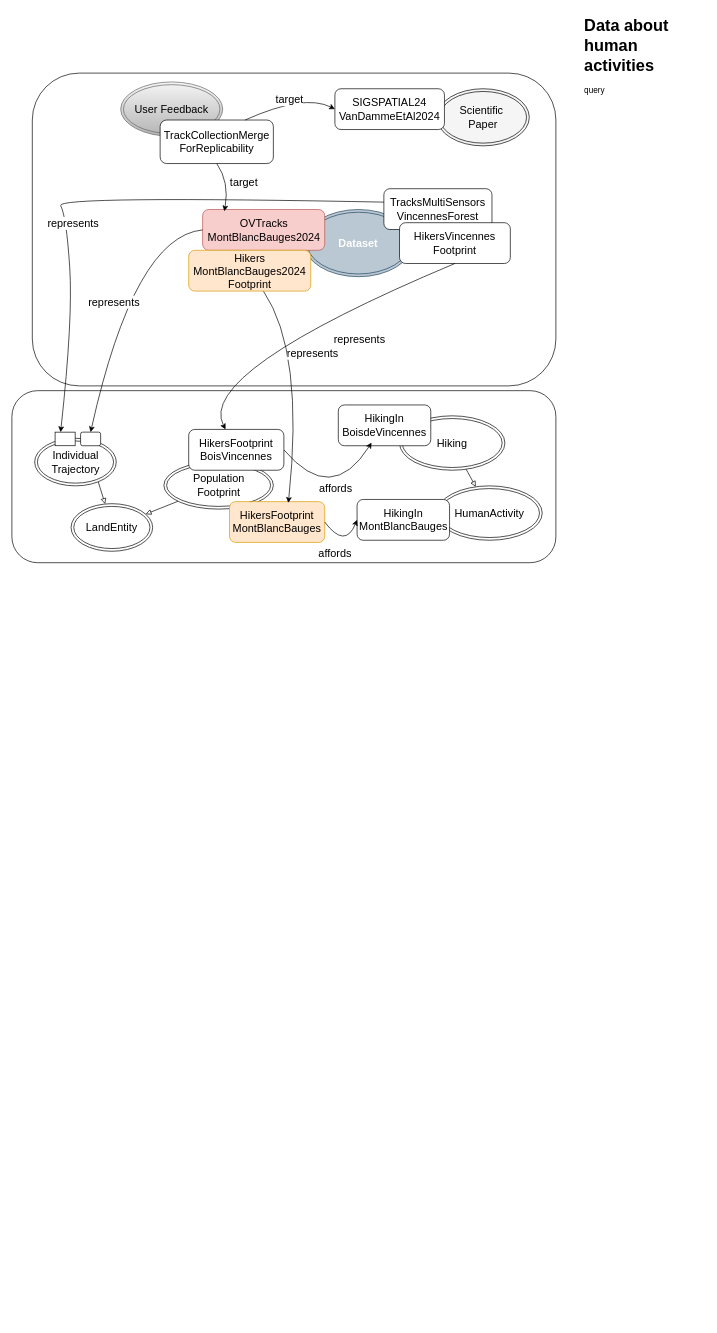
IntForOut/outdoorPressure keeps this draw.io diagram as page "Fig 2 - Step 3 (Sham-Wah)" (7 of 7) of docs/diagrams/model_KG.drawio. Above is the earlier version. Source tidied: cells renumbered, new cells numbered last; positions are measured from the earlier drawing's top-left corner, leaving out a move shared by most shapes. Both pictures are drawn from the tidied source at 68%, with x=0, y=0 at pixel (12, 12).
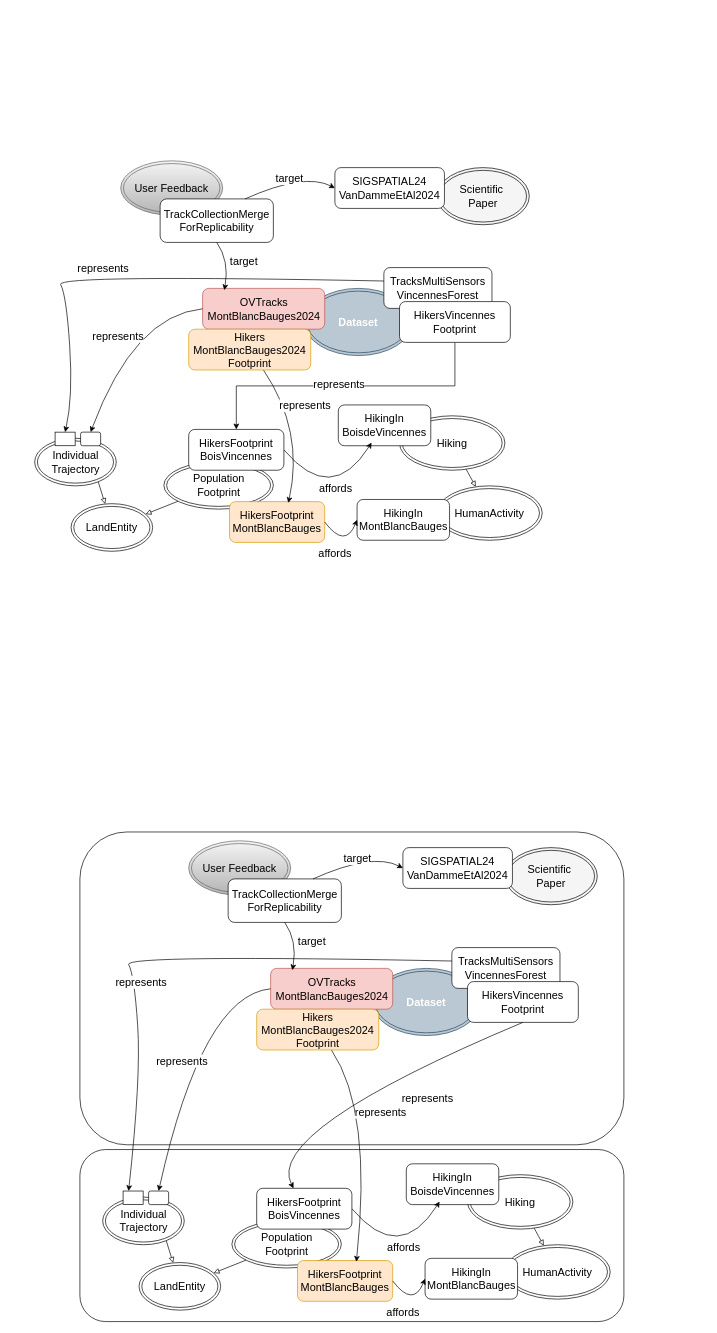
Above is the later version.

Commit message:
Mettre à jour model_KG.drawio

Unchanged cells that the change refers to:
```xml
<mxCell id="24" value="&lt;div&gt;HikersFootprint&lt;/div&gt;&lt;div&gt;BoisVincennes&lt;/div&gt;" style="rounded=1;whiteSpace=wrap;html=1;fontSize=16;" parent="1" vertex="1">
  <mxGeometry x="260" y="614" width="140" height="60" as="geometry" />
</mxCell>
<mxCell id="35" style="rounded=1;whiteSpace=wrap;html=1;fontSize=16;" parent="1" vertex="1">
  <mxGeometry x="101" y="618" width="29.5" height="20" as="geometry" />
</mxCell>
<mxCell id="36" style="rounded=1;whiteSpace=wrap;html=1;fontSize=16;arcSize=0;" parent="1" vertex="1">
  <mxGeometry x="63.5" y="618" width="29.5" height="20" as="geometry" />
</mxCell>
<mxCell id="37" value="&lt;div&gt;HikersFootprint&lt;/div&gt;&lt;div&gt;MontBlancBauges&lt;/div&gt;" style="rounded=1;whiteSpace=wrap;html=1;fontSize=16;fillColor=#ffe6cc;strokeColor=#d79b00;" parent="1" vertex="1">
  <mxGeometry x="320" y="720.2" width="140" height="60" as="geometry" />
</mxCell>
```

The edit, as a diff of the source:
```diff
@@
-    <mxCell id="2" style="rounded=1;whiteSpace=wrap;html=1;fillColor=none;" parent="1" vertex="1">
-      <mxGeometry y="557" width="800" height="253" as="geometry" />
-    </mxCell>
-    <mxCell id="3" style="rounded=1;whiteSpace=wrap;html=1;fillColor=none;strokeColor=#000000;" parent="1" vertex="1">
-      <mxGeometry x="30" y="90" width="770" height="460" as="geometry" />
-    </mxCell>
@@
     <mxCell id="5" value="&lt;font&gt;User Feedback&lt;/font&gt;" style="ellipse;shape=doubleEllipse;whiteSpace=wrap;html=1;fontSize=16;fillColor=#f5f5f5;strokeColor=#666666;gradientColor=#b3b3b3;" parent="1" vertex="1">
-      <mxGeometry x="160" y="103" width="150" height="80" as="geometry" />
+      <mxGeometry x="160" y="219" width="150" height="80" as="geometry" />
     </mxCell>
     <mxCell id="6" value="&lt;font style=&quot;color: rgb(255, 255, 255);&quot;&gt;&lt;b&gt;Dataset&lt;/b&gt;&lt;/font&gt;" style="ellipse;shape=doubleEllipse;whiteSpace=wrap;html=1;fontSize=16;fillColor=#bac8d3;strokeColor=#23445d;" parent="1" vertex="1">
-      <mxGeometry x="430" y="290.6" width="159" height="98.8" as="geometry" />
+      <mxGeometry x="430" y="406.6" width="159" height="98.8" as="geometry" />
     </mxCell>
     <mxCell id="7" value="&lt;div&gt;&lt;font style=&quot;color: rgb(0, 0, 0);&quot;&gt;Scientific&amp;nbsp;&lt;/font&gt;&lt;/div&gt;&lt;div&gt;&lt;font style=&quot;color: rgb(0, 0, 0);&quot;&gt;Paper&lt;/font&gt;&lt;/div&gt;" style="ellipse;shape=doubleEllipse;whiteSpace=wrap;html=1;fontSize=16;fillColor=#f5f5f5;fontColor=#333333;strokeColor=#000000;" parent="1" vertex="1">
-      <mxGeometry x="624.9" y="113" width="136" height="84" as="geometry" />
+      <mxGeometry x="624.9" y="229" width="136" height="84" as="geometry" />
     </mxCell>
@@
     <mxCell id="10" value="&lt;div&gt;TrackCollectionMerge&lt;/div&gt;&lt;div&gt;ForReplicability&lt;/div&gt;" style="rounded=1;whiteSpace=wrap;html=1;fontSize=16;" parent="1" vertex="1">
-      <mxGeometry x="218" y="159" width="166.5" height="64" as="geometry" />
+      <mxGeometry x="218" y="275" width="166.5" height="64" as="geometry" />
     </mxCell>
     <mxCell id="11" style="edgeStyle=orthogonalEdgeStyle;rounded=0;orthogonalLoop=1;jettySize=auto;html=1;exitX=0.5;exitY=1;exitDx=0;exitDy=0;fontSize=16;" parent="1" edge="1">
       <mxGeometry relative="1" as="geometry">
-        <mxPoint x="120.5" y="279.5" as="sourcePoint" />
-        <mxPoint x="120.5" y="279.5" as="targetPoint" />
+        <mxPoint x="120.5" y="395.5" as="sourcePoint" />
+        <mxPoint x="120.5" y="395.5" as="targetPoint" />
       </mxGeometry>
     </mxCell>
     <mxCell id="12" style="endArrow=classic;html=1;rounded=0;fontSize=16;curved=1;entryX=0;entryY=0.5;entryDx=0;entryDy=0;exitX=0.75;exitY=0;exitDx=0;exitDy=0;" parent="1" edge="1" source="10" target="14">
       <mxGeometry relative="1" as="geometry">
         <Array as="points">
-          <mxPoint x="430" y="120" />
+          <mxPoint x="430" y="236" />
         </Array>
       </mxGeometry>
     </mxCell>
@@
     <mxCell id="14" value="&lt;div&gt;SIGSPATIAL24&lt;/div&gt;&lt;div&gt;VanDammeEtAl2024&lt;/div&gt;" style="rounded=1;whiteSpace=wrap;html=1;strokeColor=#000000;strokeWidth=1;fontSize=16;" parent="1" vertex="1">
-      <mxGeometry x="475" y="113" width="161.1" height="60" as="geometry" />
+      <mxGeometry x="475" y="229" width="161.1" height="60" as="geometry" />
     </mxCell>
@@
-    <mxCell id="18" style="endArrow=classic;html=1;rounded=0;fontSize=16;curved=1;entryX=0.5;entryY=0;entryDx=0;entryDy=0;" parent="1" edge="1">
+    <mxCell id="18" style="endArrow=classic;html=1;rounded=0;fontSize=16;curved=1;entryX=0.5;entryY=0;entryDx=0;entryDy=0;" parent="1" edge="1" target="36">
       <mxGeometry relative="1" as="geometry">
-        <mxPoint x="560" y="280" as="sourcePoint" />
-        <mxPoint x="71.6" y="618" as="targetPoint" />
+        <mxPoint x="560" y="396" as="sourcePoint" />
         <Array as="points">
-          <mxPoint x="63.4" y="270" />
-          <mxPoint x="80" y="300" />
-          <mxPoint x="90" y="450" />
+          <mxPoint x="63.4" y="386" />
+          <mxPoint x="80" y="416" />
+          <mxPoint x="90" y="566" />
         </Array>
       </mxGeometry>
     </mxCell>
     <mxCell id="19" value="&lt;font style=&quot;color: rgb(0, 0, 0);&quot;&gt;represents&lt;/font&gt;" style="edgeLabel;html=1;align=center;verticalAlign=middle;fontSize=16;" parent="18" vertex="1">
       <mxGeometry x="0.16" y="1" relative="1" as="geometry">
-        <mxPoint x="22" y="39" as="offset" />
+        <mxPoint x="-1" y="-12" as="offset" />
       </mxGeometry>
     </mxCell>
     <mxCell id="20" value="&lt;div&gt;&lt;font&gt;TracksMultiSensors&lt;/font&gt;&lt;/div&gt;&lt;div&gt;&lt;font&gt;VincennesForest&lt;/font&gt;&lt;/div&gt;" style="rounded=1;whiteSpace=wrap;html=1;strokeColor=#000000;strokeWidth=1;fontSize=16;" parent="1" vertex="1">
-      <mxGeometry x="547" y="260" width="159" height="60" as="geometry" />
+      <mxGeometry x="547" y="376" width="159" height="60" as="geometry" />
     </mxCell>
+    <mxCell id="25" style="edgeStyle=orthogonalEdgeStyle;rounded=0;jettySize=auto;html=1;exitX=0.5;exitY=1;exitDx=0;exitDy=0;" parent="1" edge="1" source="21" target="24">
+      <mxGeometry relative="1" as="geometry" />
+    </mxCell>
     <mxCell id="21" value="&lt;div&gt;&lt;font&gt;HikersVincennes&lt;/font&gt;&lt;/div&gt;&lt;div&gt;&lt;font&gt;Footprint&lt;/font&gt;&lt;/div&gt;" style="rounded=1;whiteSpace=wrap;html=1;strokeColor=#000000;strokeWidth=1;fontSize=16;" parent="1" vertex="1">
-      <mxGeometry x="570" y="310" width="163" height="60" as="geometry" />
+      <mxGeometry x="570" y="426" width="163" height="60" as="geometry" />
     </mxCell>
@@
-    <mxCell id="25" style="endArrow=classic;html=1;rounded=0;fontSize=16;curved=1;exitX=0.5;exitY=1;exitDx=0;exitDy=0;" parent="1" edge="1" source="21" target="24">
-      <mxGeometry relative="1" as="geometry">
-        <Array as="points">
-          <mxPoint x="270" y="530" />
-        </Array>
-      </mxGeometry>
-    </mxCell>
-    <mxCell id="26" value="&lt;font style=&quot;font-size: 16px;&quot;&gt;represents&lt;/font&gt;" style="edgeLabel;html=1;align=center;verticalAlign=middle;" parent="25" vertex="1">
-      <mxGeometry x="-0.33" y="-2" relative="1" as="geometry">
-        <mxPoint x="17" y="48" as="offset" />
-      </mxGeometry>
-    </mxCell>
@@
     <mxCell id="28" value="&lt;div&gt;OVTracks&lt;/div&gt;&lt;div&gt;MontBlancBauges2024&lt;/div&gt;" style="rounded=1;whiteSpace=wrap;html=1;strokeColor=#b85450;strokeWidth=1;fontSize=16;fillColor=#f8cecc;" parent="1" vertex="1">
-      <mxGeometry x="280.5" y="290.6" width="179.5" height="60" as="geometry" />
+      <mxGeometry x="280.5" y="406.6" width="179.5" height="60" as="geometry" />
     </mxCell>
     <mxCell id="29" style="endArrow=classic;html=1;rounded=0;exitX=0;exitY=0.5;exitDx=0;exitDy=0;fontSize=16;curved=1;entryX=0.5;entryY=0;entryDx=0;entryDy=0;" parent="1" edge="1" source="28" target="35">
       <mxGeometry relative="1" as="geometry">
         <Array as="points">
-          <mxPoint x="180" y="330" />
+          <mxPoint x="180" y="446" />
         </Array>
       </mxGeometry>
     </mxCell>
@@
     <mxCell id="33" style="endArrow=classic;html=1;rounded=0;exitX=0.5;exitY=1;exitDx=0;exitDy=0;entryX=0.178;entryY=0.044;entryDx=0;entryDy=0;curved=1;entryPerimeter=0;" parent="1" edge="1" source="10" target="28">
       <mxGeometry relative="1" as="geometry">
         <Array as="points">
-          <mxPoint x="320" y="250" />
+          <mxPoint x="320" y="366" />
         </Array>
       </mxGeometry>
     </mxCell>
@@
-    <mxCell id="41" value="&lt;h1 style=&quot;margin-top: 0px;&quot;&gt;Data about human activities&lt;/h1&gt;&lt;p&gt;query&lt;/p&gt;" style="text;html=1;whiteSpace=wrap;overflow=hidden;rounded=0;" parent="1" vertex="1">
-      <mxGeometry x="840" width="180" height="120" as="geometry" />
-    </mxCell>
     <mxCell id="42" style="endArrow=classic;html=1;rounded=0;fontSize=16;curved=1;entryX=0.618;entryY=0.031;entryDx=0;entryDy=0;entryPerimeter=0;" parent="1" edge="1" source="44" target="37">
       <mxGeometry relative="1" as="geometry">
         <Array as="points">
-          <mxPoint x="430" y="500" />
+          <mxPoint x="430" y="616" />
         </Array>
       </mxGeometry>
     </mxCell>
     <mxCell id="43" value="&lt;font style=&quot;font-size: 16px;&quot;&gt;represents&lt;/font&gt;" style="edgeLabel;html=1;align=center;verticalAlign=middle;fontColor=#000000;" parent="42" vertex="1">
       <mxGeometry x="-0.33" y="-2" relative="1" as="geometry">
-        <mxPoint x="14" y="-2" as="offset" />
+        <mxPoint x="72" y="-41" as="offset" />
       </mxGeometry>
     </mxCell>
     <mxCell id="44" value="&lt;div&gt;Hikers&lt;/div&gt;&lt;div&gt;MontBlancBauges2024&lt;/div&gt;&lt;div&gt;Footprint&lt;/div&gt;" style="rounded=1;whiteSpace=wrap;html=1;strokeColor=#d79b00;strokeWidth=1;fontSize=16;fillColor=#ffe6cc;" parent="1" vertex="1">
-      <mxGeometry x="260" y="350.6" width="179.5" height="60" as="geometry" />
+      <mxGeometry x="260" y="466.6" width="179.5" height="60" as="geometry" />
     </mxCell>
+    <mxCell id="45" style="rounded=1;whiteSpace=wrap;html=1;fillColor=none;" parent="1" vertex="1">
+      <mxGeometry x="100" y="1673" width="800" height="253" as="geometry" />
+    </mxCell>
+    <mxCell id="46" style="rounded=1;whiteSpace=wrap;html=1;fillColor=none;strokeColor=#000000;" parent="1" vertex="1">
+      <mxGeometry x="100" y="1206" width="800" height="460" as="geometry" />
+    </mxCell>
+    <mxCell id="47" value="&lt;div&gt;Population&lt;/div&gt;&lt;div&gt;Footprint&lt;/div&gt;" style="ellipse;shape=doubleEllipse;whiteSpace=wrap;html=1;fontSize=16;" parent="1" vertex="1">
+      <mxGeometry x="323.5" y="1777.2" width="161" height="70" as="geometry" />
+    </mxCell>
+    <mxCell id="48" value="&lt;font&gt;User Feedback&lt;/font&gt;" style="ellipse;shape=doubleEllipse;whiteSpace=wrap;html=1;fontSize=16;fillColor=#f5f5f5;strokeColor=#666666;gradientColor=#b3b3b3;" parent="1" vertex="1">
+      <mxGeometry x="260" y="1219" width="150" height="80" as="geometry" />
+    </mxCell>
+    <mxCell id="49" value="&lt;font style=&quot;color: rgb(255, 255, 255);&quot;&gt;&lt;b&gt;Dataset&lt;/b&gt;&lt;/font&gt;" style="ellipse;shape=doubleEllipse;whiteSpace=wrap;html=1;fontSize=16;fillColor=#bac8d3;strokeColor=#23445d;" parent="1" vertex="1">
+      <mxGeometry x="530" y="1406.6" width="159" height="98.8" as="geometry" />
+    </mxCell>
+    <mxCell id="50" value="&lt;div&gt;&lt;font style=&quot;color: rgb(0, 0, 0);&quot;&gt;Scientific&amp;nbsp;&lt;/font&gt;&lt;/div&gt;&lt;div&gt;&lt;font style=&quot;color: rgb(0, 0, 0);&quot;&gt;Paper&lt;/font&gt;&lt;/div&gt;" style="ellipse;shape=doubleEllipse;whiteSpace=wrap;html=1;fontSize=16;fillColor=#f5f5f5;fontColor=#333333;strokeColor=#000000;" parent="1" vertex="1">
+      <mxGeometry x="724.9" y="1229" width="136" height="84" as="geometry" />
+    </mxCell>
+    <mxCell id="51" value="&lt;div&gt;&lt;font style=&quot;color: rgb(0, 0, 0);&quot;&gt;Hiking&lt;/font&gt;&lt;/div&gt;" style="ellipse;shape=doubleEllipse;whiteSpace=wrap;html=1;fontSize=16;" parent="1" vertex="1">
+      <mxGeometry x="670" y="1710" width="155" height="80" as="geometry" />
+    </mxCell>
+    <mxCell id="52" value="LandEntity" style="ellipse;shape=doubleEllipse;whiteSpace=wrap;html=1;fontSize=16;" parent="1" vertex="1">
+      <mxGeometry x="187" y="1839.2" width="120" height="70" as="geometry" />
+    </mxCell>
+    <mxCell id="53" value="&lt;div&gt;TrackCollectionMerge&lt;/div&gt;&lt;div&gt;ForReplicability&lt;/div&gt;" style="rounded=1;whiteSpace=wrap;html=1;fontSize=16;" parent="1" vertex="1">
+      <mxGeometry x="318" y="1275" width="166.5" height="64" as="geometry" />
+    </mxCell>
+    <mxCell id="54" style="edgeStyle=orthogonalEdgeStyle;rounded=0;orthogonalLoop=1;jettySize=auto;html=1;exitX=0.5;exitY=1;exitDx=0;exitDy=0;fontSize=16;" parent="1" edge="1">
+      <mxGeometry relative="1" as="geometry">
+        <mxPoint x="220.5" y="1395.5" as="sourcePoint" />
+        <mxPoint x="220.5" y="1395.5" as="targetPoint" />
+      </mxGeometry>
+    </mxCell>
+    <mxCell id="55" style="endArrow=classic;html=1;rounded=0;fontSize=16;curved=1;entryX=0;entryY=0.5;entryDx=0;entryDy=0;exitX=0.75;exitY=0;exitDx=0;exitDy=0;" parent="1" edge="1" source="53" target="57">
+      <mxGeometry relative="1" as="geometry">
+        <Array as="points">
+          <mxPoint x="530" y="1236" />
+        </Array>
+      </mxGeometry>
+    </mxCell>
+    <mxCell id="56" value="&lt;font&gt;target&lt;/font&gt;" style="edgeLabel;html=1;align=center;verticalAlign=middle;fontSize=16;" parent="55" vertex="1">
+      <mxGeometry x="-0.26" y="1" relative="1" as="geometry">
+        <mxPoint x="16" y="-8" as="offset" />
+      </mxGeometry>
+    </mxCell>
+    <mxCell id="57" value="&lt;div&gt;SIGSPATIAL24&lt;/div&gt;&lt;div&gt;VanDammeEtAl2024&lt;/div&gt;" style="rounded=1;whiteSpace=wrap;html=1;strokeColor=#000000;strokeWidth=1;fontSize=16;" parent="1" vertex="1">
+      <mxGeometry x="575" y="1229" width="161.1" height="60" as="geometry" />
+    </mxCell>
+    <mxCell id="58" value="&lt;div&gt;HikingIn&lt;/div&gt;&lt;div&gt;BoisdeVincennes&lt;/div&gt;" style="rounded=1;whiteSpace=wrap;html=1;fontSize=16;" parent="1" vertex="1">
+      <mxGeometry x="580" y="1694" width="136" height="60" as="geometry" />
+    </mxCell>
+    <mxCell id="59" style="endArrow=block;html=1;rounded=0;endFill=0;fontSize=16;" parent="1" edge="1" source="47" target="52">
+      <mxGeometry relative="1" as="geometry" />
+    </mxCell>
+    <mxCell id="60" style="endArrow=block;html=1;rounded=0;endFill=0;fontSize=16;exitX=0.771;exitY=0.871;exitDx=0;exitDy=0;exitPerimeter=0;" parent="1" edge="1" source="69" target="52">
+      <mxGeometry relative="1" as="geometry" />
+    </mxCell>
+    <mxCell id="61" style="endArrow=classic;html=1;rounded=0;fontSize=16;curved=1;entryX=0.5;entryY=0;entryDx=0;entryDy=0;" parent="1" edge="1">
+      <mxGeometry relative="1" as="geometry">
+        <mxPoint x="660" y="1396" as="sourcePoint" />
+        <mxPoint x="171.6" y="1734" as="targetPoint" />
+        <Array as="points">
+          <mxPoint x="163.4" y="1386" />
+          <mxPoint x="180" y="1416" />
+          <mxPoint x="190" y="1566" />
+        </Array>
+      </mxGeometry>
+    </mxCell>
+    <mxCell id="62" value="&lt;font style=&quot;color: rgb(0, 0, 0);&quot;&gt;represents&lt;/font&gt;" style="edgeLabel;html=1;align=center;verticalAlign=middle;fontSize=16;" parent="61" vertex="1">
+      <mxGeometry x="0.16" y="1" relative="1" as="geometry">
+        <mxPoint x="22" y="39" as="offset" />
+      </mxGeometry>
+    </mxCell>
+    <mxCell id="63" value="&lt;div&gt;&lt;font&gt;TracksMultiSensors&lt;/font&gt;&lt;/div&gt;&lt;div&gt;&lt;font&gt;VincennesForest&lt;/font&gt;&lt;/div&gt;" style="rounded=1;whiteSpace=wrap;html=1;strokeColor=#000000;strokeWidth=1;fontSize=16;" parent="1" vertex="1">
+      <mxGeometry x="647" y="1376" width="159" height="60" as="geometry" />
+    </mxCell>
+    <mxCell id="64" value="&lt;div&gt;&lt;font&gt;HikersVincennes&lt;/font&gt;&lt;/div&gt;&lt;div&gt;&lt;font&gt;Footprint&lt;/font&gt;&lt;/div&gt;" style="rounded=1;whiteSpace=wrap;html=1;strokeColor=#000000;strokeWidth=1;fontSize=16;" parent="1" vertex="1">
+      <mxGeometry x="670" y="1426" width="163" height="60" as="geometry" />
+    </mxCell>
+    <mxCell id="65" style="endArrow=none;html=1;rounded=0;curved=1;exitX=0.36;exitY=0.924;exitDx=0;exitDy=0;entryX=1;entryY=0.5;entryDx=0;entryDy=0;fontSize=16;exitPerimeter=0;startArrow=classic;startFill=1;endFill=0;" parent="1" edge="1" source="58" target="67">
+      <mxGeometry relative="1" as="geometry">
+        <Array as="points">
+          <mxPoint x="570" y="1843" />
+        </Array>
+      </mxGeometry>
+    </mxCell>
+    <mxCell id="66" value="&lt;font style=&quot;font-size: 16px;&quot;&gt;affords&lt;/font&gt;" style="edgeLabel;html=1;align=center;verticalAlign=middle;" parent="65" vertex="1">
+      <mxGeometry x="-0.56" y="-5" relative="1" as="geometry">
+        <mxPoint x="-24" y="28" as="offset" />
+      </mxGeometry>
+    </mxCell>
+    <mxCell id="67" value="&lt;div&gt;HikersFootprint&lt;/div&gt;&lt;div&gt;BoisVincennes&lt;/div&gt;" style="rounded=1;whiteSpace=wrap;html=1;fontSize=16;" parent="1" vertex="1">
+      <mxGeometry x="360" y="1730" width="140" height="60" as="geometry" />
+    </mxCell>
+    <mxCell id="68" style="endArrow=classic;html=1;rounded=0;fontSize=16;curved=1;exitX=0.5;exitY=1;exitDx=0;exitDy=0;" parent="1" edge="1" source="64" target="67">
+      <mxGeometry relative="1" as="geometry">
+        <Array as="points">
+          <mxPoint x="370" y="1646" />
+        </Array>
+      </mxGeometry>
+    </mxCell>
+    <mxCell id="26" value="&lt;font style=&quot;font-size: 16px;&quot;&gt;represents&lt;/font&gt;" style="edgeLabel;html=1;align=center;verticalAlign=middle;" parent="68" vertex="1">
+      <mxGeometry x="-0.33" y="-2" relative="1" as="geometry">
+        <mxPoint x="17" y="48" as="offset" />
+      </mxGeometry>
+    </mxCell>
+    <mxCell id="69" value="&lt;div&gt;Individual&lt;/div&gt;&lt;div&gt;Trajectory&lt;/div&gt;" style="ellipse;shape=doubleEllipse;whiteSpace=wrap;html=1;fontSize=16;" parent="1" vertex="1">
+      <mxGeometry x="133.5" y="1743" width="120" height="70" as="geometry" />
+    </mxCell>
+    <mxCell id="70" value="&lt;div&gt;OVTracks&lt;/div&gt;&lt;div&gt;MontBlancBauges2024&lt;/div&gt;" style="rounded=1;whiteSpace=wrap;html=1;strokeColor=#b85450;strokeWidth=1;fontSize=16;fillColor=#f8cecc;" parent="1" vertex="1">
+      <mxGeometry x="380.5" y="1406.6" width="179.5" height="60" as="geometry" />
+    </mxCell>
+    <mxCell id="71" style="endArrow=classic;html=1;rounded=0;exitX=0;exitY=0.5;exitDx=0;exitDy=0;fontSize=16;curved=1;entryX=0.5;entryY=0;entryDx=0;entryDy=0;" parent="1" edge="1" source="70" target="77">
+      <mxGeometry relative="1" as="geometry">
+        <Array as="points">
+          <mxPoint x="280" y="1446" />
+        </Array>
+      </mxGeometry>
+    </mxCell>
+    <mxCell id="72" value="&lt;font style=&quot;color: rgb(0, 0, 0);&quot;&gt;represents&lt;/font&gt;" style="edgeLabel;html=1;align=center;verticalAlign=middle;fontSize=16;" parent="71" vertex="1">
+      <mxGeometry x="0.16" y="1" relative="1" as="geometry">
+        <mxPoint x="-3" y="-30" as="offset" />
+      </mxGeometry>
+    </mxCell>
+    <mxCell id="73" value="&lt;div&gt;HumanActivity&lt;/div&gt;" style="ellipse;shape=doubleEllipse;whiteSpace=wrap;html=1;fontSize=16;" parent="1" vertex="1">
+      <mxGeometry x="724.9" y="1813" width="155" height="80" as="geometry" />
+    </mxCell>
+    <mxCell id="74" style="endArrow=block;html=1;rounded=0;endFill=0;curved=1;" parent="1" edge="1" source="51" target="73">
+      <mxGeometry relative="1" as="geometry" />
+    </mxCell>
+    <mxCell id="75" style="endArrow=classic;html=1;rounded=0;exitX=0.5;exitY=1;exitDx=0;exitDy=0;entryX=0.178;entryY=0.044;entryDx=0;entryDy=0;curved=1;entryPerimeter=0;" parent="1" edge="1" source="53" target="70">
+      <mxGeometry relative="1" as="geometry">
+        <Array as="points">
+          <mxPoint x="420" y="1366" />
+        </Array>
+      </mxGeometry>
+    </mxCell>
+    <mxCell id="76" value="&lt;font style=&quot;font-size: 16px;&quot;&gt;target&lt;/font&gt;" style="edgeLabel;html=1;align=center;verticalAlign=middle;" parent="75" vertex="1">
+      <mxGeometry x="-0.7" y="-8" relative="1" as="geometry">
+        <mxPoint x="39" y="13" as="offset" />
+      </mxGeometry>
+    </mxCell>
+    <mxCell id="77" style="rounded=1;whiteSpace=wrap;html=1;fontSize=16;" parent="1" vertex="1">
+      <mxGeometry x="201" y="1734" width="29.5" height="20" as="geometry" />
+    </mxCell>
+    <mxCell id="78" style="rounded=1;whiteSpace=wrap;html=1;fontSize=16;arcSize=0;" parent="1" vertex="1">
+      <mxGeometry x="163.5" y="1734" width="29.5" height="20" as="geometry" />
+    </mxCell>
+    <mxCell id="79" value="&lt;div&gt;HikersFootprint&lt;/div&gt;&lt;div&gt;MontBlancBauges&lt;/div&gt;" style="rounded=1;whiteSpace=wrap;html=1;fontSize=16;fillColor=#ffe6cc;strokeColor=#d79b00;" parent="1" vertex="1">
+      <mxGeometry x="420" y="1836.2" width="140" height="60" as="geometry" />
+    </mxCell>
+    <mxCell id="80" value="&lt;div&gt;HikingIn&lt;/div&gt;&lt;div&gt;MontBlancBauges&lt;/div&gt;" style="rounded=1;whiteSpace=wrap;html=1;fontSize=16;" parent="1" vertex="1">
+      <mxGeometry x="607.6" y="1833" width="136" height="60" as="geometry" />
+    </mxCell>
+    <mxCell id="81" style="endArrow=none;html=1;rounded=0;curved=1;entryX=1;entryY=0.5;entryDx=0;entryDy=0;fontSize=16;startArrow=classic;startFill=1;endFill=0;exitX=0;exitY=0.5;exitDx=0;exitDy=0;" parent="1" edge="1" source="80" target="79">
+      <mxGeometry relative="1" as="geometry">
+        <Array as="points">
+          <mxPoint x="590" y="1906" />
+        </Array>
+      </mxGeometry>
+    </mxCell>
+    <mxCell id="82" value="&lt;span style=&quot;color: rgb(0, 0, 0);&quot;&gt;affords&lt;/span&gt;" style="edgeLabel;html=1;align=center;verticalAlign=middle;fontSize=16;fontColor=#FFD966;" parent="81" vertex="1">
+      <mxGeometry x="-0.05" y="3" relative="1" as="geometry">
+        <mxPoint x="-13" y="3" as="offset" />
+      </mxGeometry>
+    </mxCell>
+    <mxCell id="83" style="endArrow=classic;html=1;rounded=0;fontSize=16;curved=1;entryX=0.618;entryY=0.031;entryDx=0;entryDy=0;entryPerimeter=0;" parent="1" edge="1" source="85" target="79">
+      <mxGeometry relative="1" as="geometry">
+        <Array as="points">
+          <mxPoint x="530" y="1616" />
+        </Array>
+      </mxGeometry>
+    </mxCell>
+    <mxCell id="84" value="&lt;font style=&quot;font-size: 16px;&quot;&gt;represents&lt;/font&gt;" style="edgeLabel;html=1;align=center;verticalAlign=middle;fontColor=#000000;" parent="83" vertex="1">
+      <mxGeometry x="-0.33" y="-2" relative="1" as="geometry">
+        <mxPoint x="14" y="-2" as="offset" />
+      </mxGeometry>
+    </mxCell>
+    <mxCell id="85" value="&lt;div&gt;Hikers&lt;/div&gt;&lt;div&gt;MontBlancBauges2024&lt;/div&gt;&lt;div&gt;Footprint&lt;/div&gt;" style="rounded=1;whiteSpace=wrap;html=1;strokeColor=#d79b00;strokeWidth=1;fontSize=16;fillColor=#ffe6cc;" parent="1" vertex="1">
+      <mxGeometry x="360" y="1466.6" width="179.5" height="60" as="geometry" />
+    </mxCell>
+    <mxCell id="86" value="&lt;font style=&quot;font-size: 16px;&quot;&gt;represents&lt;/font&gt;" style="edgeLabel;html=1;align=center;verticalAlign=middle;fontColor=#000000;" parent="1" vertex="1">
+      <mxGeometry x="430" y="578" as="geometry" />
+    </mxCell>
```
